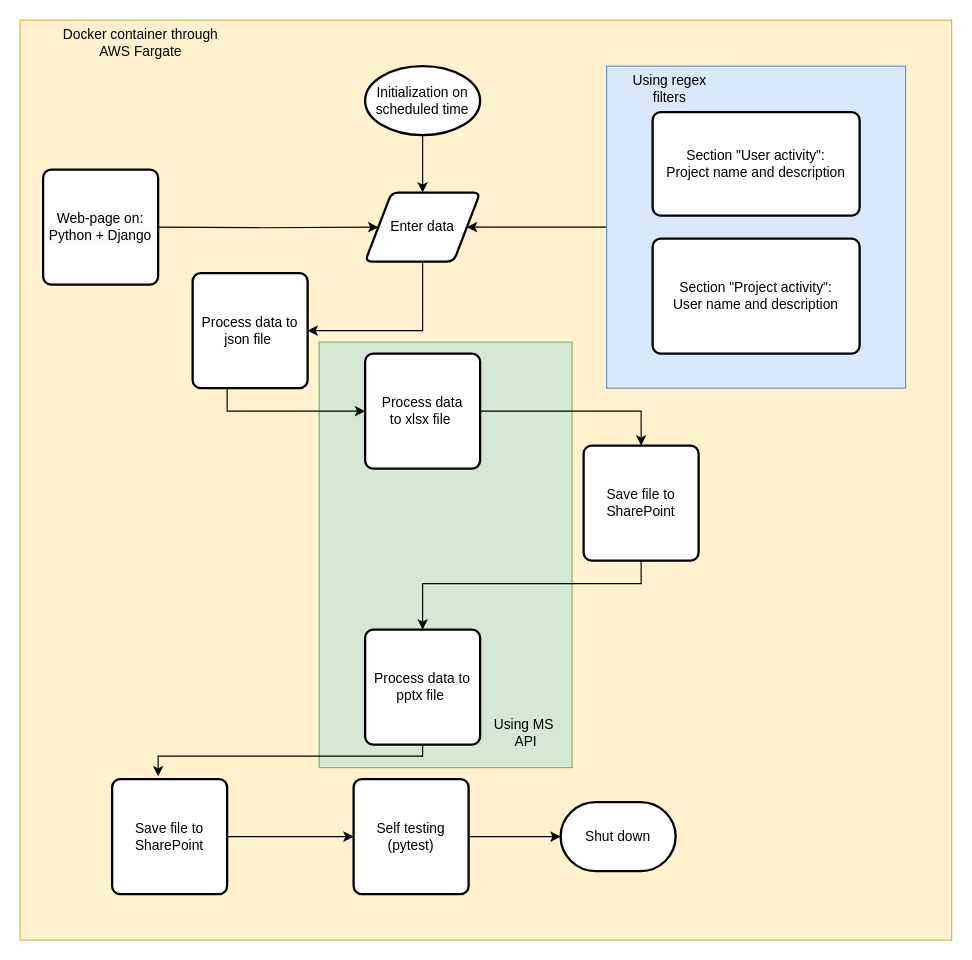
Before: auto-reporter.drawio in IcyAltair/Pet-projects, a draw.io diagram. Source tidied: cells renumbered, new cells numbered last; positions are measured from the earlier drawing's top-left corner, leaving out a move shared by most shapes. Both pictures are drawn from the tidied source at 115%, with x=0, y=0 at pixel (20, 20).
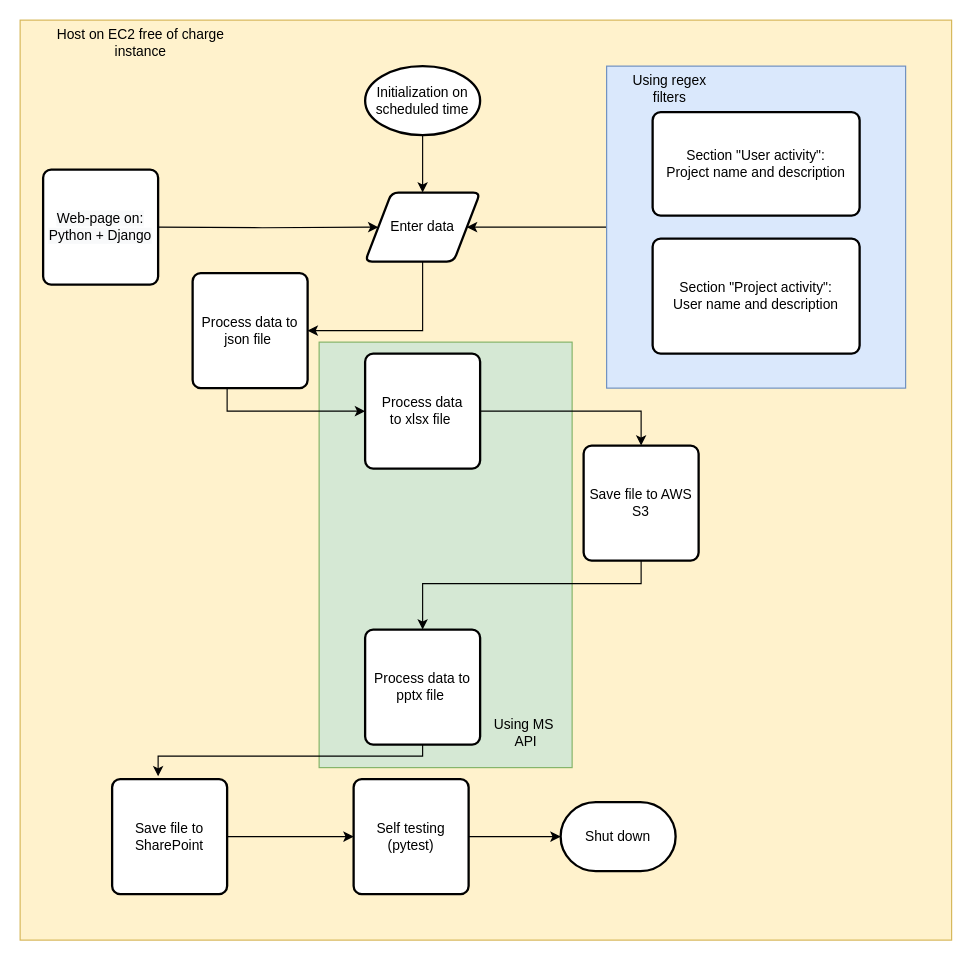
The same diagram, later.

Change to the diagram source:
```diff
@@
-    <mxCell id="15" value="Save file to SharePoint" style="rounded=1;whiteSpace=wrap;html=1;absoluteArcSize=1;arcSize=14;strokeWidth=2;" parent="1" vertex="1">
+    <mxCell id="15" value="Save file to AWS S3" style="rounded=1;whiteSpace=wrap;html=1;absoluteArcSize=1;arcSize=14;strokeWidth=2;" parent="1" vertex="1">
       <mxGeometry x="490" y="370" width="100" height="100" as="geometry" />
     </mxCell>
@@
-    <mxCell id="29" value="Docker container through AWS Fargate" style="text;html=1;strokeColor=none;fillColor=none;align=center;verticalAlign=middle;whiteSpace=wrap;rounded=0;" parent="1" vertex="1">
+    <mxCell id="29" value="Host on EC2 free of charge instance" style="text;html=1;strokeColor=none;fillColor=none;align=center;verticalAlign=middle;whiteSpace=wrap;rounded=0;" parent="1" vertex="1">
       <mxGeometry x="30" y="10" width="150" height="20" as="geometry" />
     </mxCell>
```
